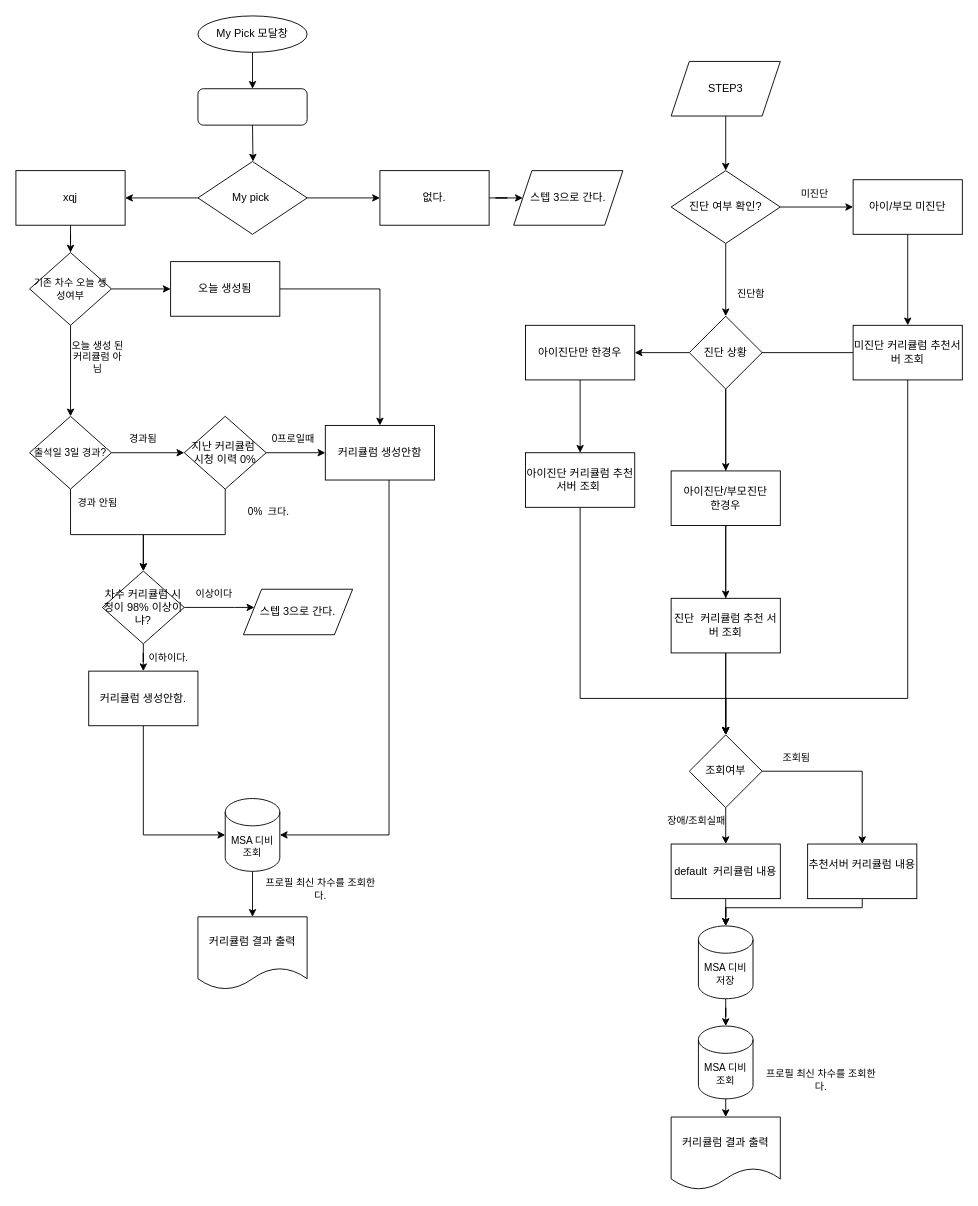
Above: my pick 검색결과.drawio in leeyeon/disco (draw.io), before the change. Source tidied: cells renumbered, new cells numbered last; positions are measured from the earlier drawing's top-left corner, leaving out a move shared by most shapes. Both pictures are drawn from the tidied source at 91%, with x=0, y=0 at pixel (15, 15).
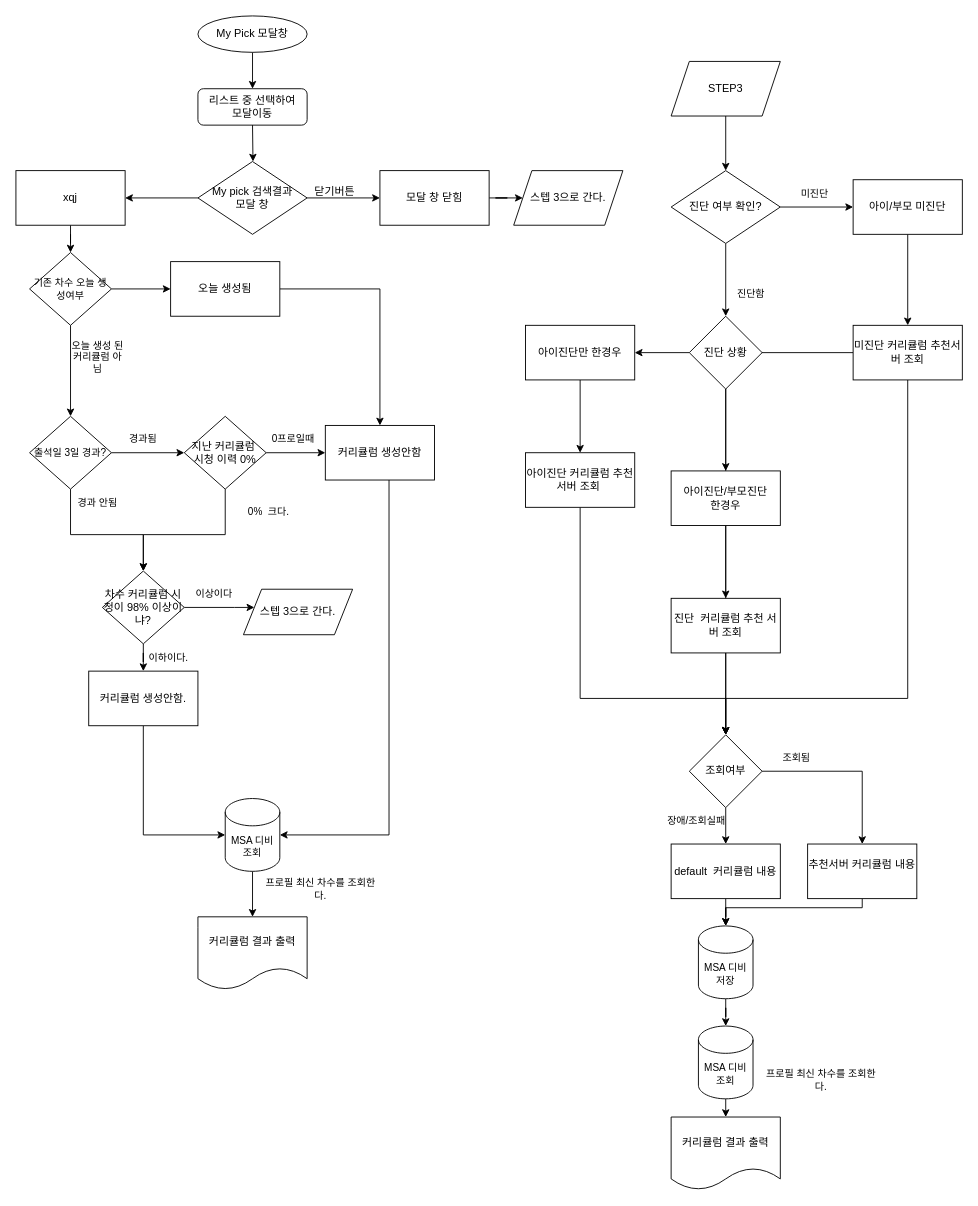
Above is the later version.

Commit message:
my pick 검색결과.drawio 업데이트

Diff of the diagram source:
```diff
@@
-    <mxCell id="4" style="rounded=1;whiteSpace=wrap;html=1;" parent="1" vertex="1">
+    <mxCell id="4" value="리스트 중 선택하여 &lt;br&gt;모달이동" style="rounded=1;whiteSpace=wrap;html=1;" parent="1" vertex="1">
       <mxGeometry x="200" y="80" width="120" height="40" as="geometry" />
     </mxCell>
@@
-    <mxCell id="8" value="My pick&amp;nbsp;" style="rhombus;whiteSpace=wrap;html=1;" parent="1" vertex="1">
+    <mxCell id="8" value="My pick 검색결과 &lt;br&gt;모달 창" style="rhombus;whiteSpace=wrap;html=1;" parent="1" vertex="1">
       <mxGeometry x="200" y="160" width="120" height="80" as="geometry" />
     </mxCell>
@@
-    <mxCell id="10" value="없다." style="whiteSpace=wrap;html=1;" parent="1" vertex="1">
+    <mxCell id="10" value="모달 창 닫힘" style="whiteSpace=wrap;html=1;" parent="1" vertex="1">
       <mxGeometry x="400" y="170" width="120" height="60" as="geometry" />
     </mxCell>
@@
+    <mxCell id="82" value="닫기버튼" style="text;html=1;align=center;verticalAlign=middle;strokeColor=none;fillColor=none;" parent="1" vertex="1">
+      <mxGeometry x="315" y="178" width="70" height="30" as="geometry" />
+    </mxCell>
```
